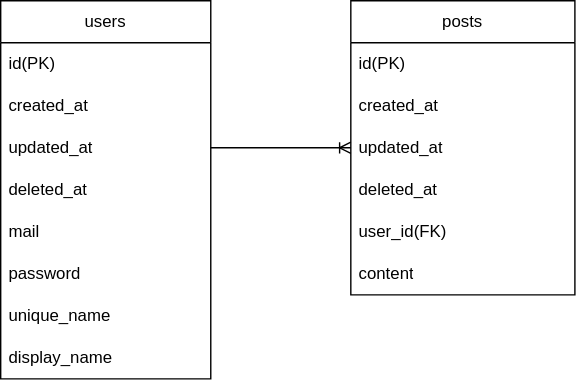
Before: app.drawio.svg, a diagram exported from draw.io (MovingPointP/Tategoto). Source tidied: cells renumbered, new cells last; positions are measured from the earlier drawing's top-left corner, leaving out a move shared by most shapes.
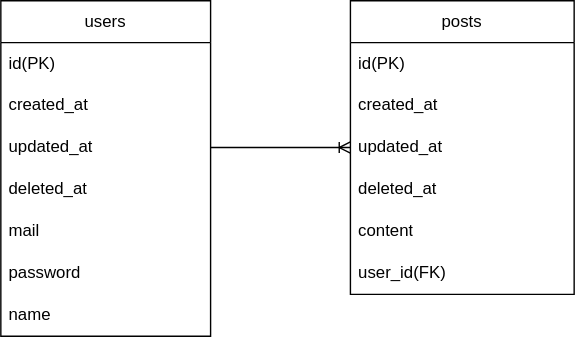
The same file after the commit.

The edit, as a diff of the source:
```diff
@@ -3,7 +3,7 @@
     <mxCell id="0" />
     <mxCell id="1" parent="0" />
     <mxCell id="2" value="users" style="swimlane;fontStyle=0;horizontal=1;startSize=30;whiteSpace=wrap;html=1;" parent="1" vertex="1">
-      <mxGeometry width="150" height="270" as="geometry" />
+      <mxGeometry width="150" height="240" as="geometry" />
     </mxCell>
     <mxCell id="3" value="id(PK)" style="text;strokeColor=none;fillColor=none;align=left;verticalAlign=middle;spacingLeft=4;spacingRight=4;overflow=hidden;whiteSpace=wrap;html=1;" parent="2" vertex="1">
       <mxGeometry y="30" width="150" height="30" as="geometry" />
@@ -23,12 +23,9 @@
     <mxCell id="8" value="password" style="text;strokeColor=none;fillColor=none;align=left;verticalAlign=middle;spacingLeft=4;spacingRight=4;overflow=hidden;whiteSpace=wrap;html=1;" parent="2" vertex="1">
       <mxGeometry y="180" width="150" height="30" as="geometry" />
     </mxCell>
-    <mxCell id="9" value="unique_name" style="text;strokeColor=none;fillColor=none;align=left;verticalAlign=middle;spacingLeft=4;spacingRight=4;overflow=hidden;whiteSpace=wrap;html=1;" parent="2" vertex="1">
+    <mxCell id="9" value="name" style="text;strokeColor=none;fillColor=none;align=left;verticalAlign=middle;spacingLeft=4;spacingRight=4;overflow=hidden;whiteSpace=wrap;html=1;" parent="2" vertex="1">
       <mxGeometry y="210" width="150" height="30" as="geometry" />
     </mxCell>
-    <mxCell id="10" value="display_name" style="text;strokeColor=none;fillColor=none;align=left;verticalAlign=middle;spacingLeft=4;spacingRight=4;overflow=hidden;whiteSpace=wrap;html=1;" parent="2" vertex="1">
-      <mxGeometry y="240" width="150" height="30" as="geometry" />
-    </mxCell>
     <mxCell id="11" value="posts" style="swimlane;fontStyle=0;horizontal=1;startSize=30;whiteSpace=wrap;html=1;" parent="1" vertex="1">
       <mxGeometry x="250" width="160" height="210" as="geometry" />
     </mxCell>
@@ -44,12 +41,12 @@
     <mxCell id="15" value="deleted_at" style="text;strokeColor=none;fillColor=none;align=left;verticalAlign=middle;spacingLeft=4;spacingRight=4;overflow=hidden;whiteSpace=wrap;html=1;" parent="11" vertex="1">
       <mxGeometry y="120" width="160" height="30" as="geometry" />
     </mxCell>
+    <mxCell id="17" value="content" style="text;strokeColor=none;fillColor=none;align=left;verticalAlign=middle;spacingLeft=4;spacingRight=4;overflow=hidden;whiteSpace=wrap;html=1;" parent="11" vertex="1">
+      <mxGeometry y="150" width="160" height="30" as="geometry" />
+    </mxCell>
     <mxCell id="16" value="user_id(FK)" style="text;strokeColor=none;fillColor=none;align=left;verticalAlign=middle;spacingLeft=4;spacingRight=4;overflow=hidden;whiteSpace=wrap;html=1;" parent="11" vertex="1">
-      <mxGeometry y="150" width="160" height="30" as="geometry" />
+      <mxGeometry y="180" width="160" height="30" as="geometry" />
     </mxCell>
-    <mxCell id="17" value="content" style="text;strokeColor=none;fillColor=none;align=left;verticalAlign=middle;spacingLeft=4;spacingRight=4;overflow=hidden;whiteSpace=wrap;html=1;" parent="11" vertex="1">
-      <mxGeometry y="180" width="160" height="30" as="geometry" />
-    </mxCell>
     <mxCell id="18" style="edgeStyle=entityRelationEdgeStyle;fontSize=12;html=1;endArrow=ERoneToMany;entryX=0;entryY=0.5;entryDx=0;entryDy=0;exitX=1;exitY=0.5;exitDx=0;exitDy=0;" parent="1" edge="1" source="5" target="14">
       <mxGeometry relative="1" as="geometry" />
     </mxCell>
```
